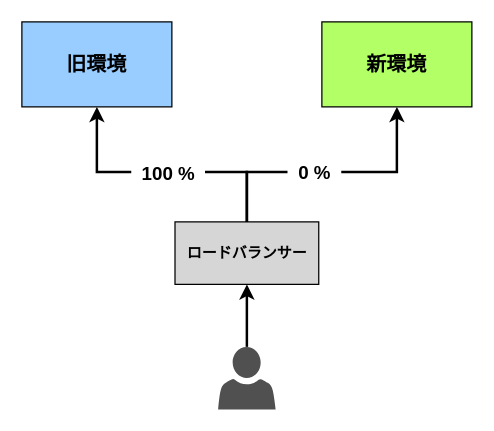
Before: page "canary-release_1" (1 of 26) of images/drawio/istio/upgrade_istio.drawio in hiroki-it/tech-notebook-images, a draw.io diagram. Source tidied: cells renumbered, new cells numbered last; positions are measured from the earlier drawing's top-left corner, leaving out a move shared by most shapes. Both pictures are drawn from the tidied source at 125%, with x=0, y=0 at pixel (21, 21).
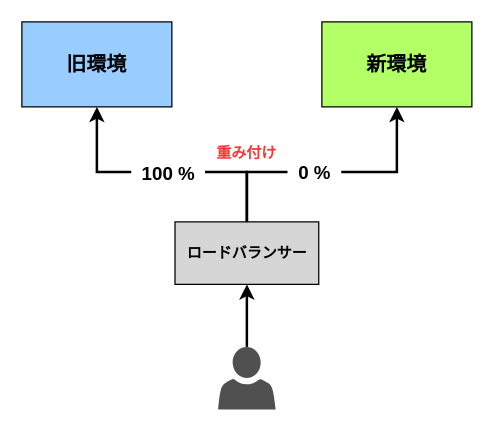
After the change.

Diff of the diagram source:
```diff
@@
 <mxGraphModel>
   <root>
     <mxCell id="0" />
     <mxCell id="1" parent="0" />
     <mxCell id="2" value="&lt;b&gt;ロードバランサー&lt;br&gt;&lt;/b&gt;" style="rounded=0;whiteSpace=wrap;html=1;fillColor=#D6D6D6;gradientColor=none;" parent="1" vertex="1">
       <mxGeometry x="122.5" y="160" width="115" height="50" as="geometry" />
     </mxCell>
     <mxCell id="3" style="group;" parent="1" vertex="1">
       <mxGeometry x="240" width="120" height="68" as="geometry" />
     </mxCell>
     <mxCell id="4" value="&lt;span style=&quot;font-size: 16px;&quot;&gt;&lt;b&gt;新環境&lt;/b&gt;&lt;/span&gt;" style="text;html=1;strokeColor=default;fillColor=#B3FF66;align=center;verticalAlign=middle;whiteSpace=wrap;rounded=0;" parent="3" vertex="1">
       <mxGeometry width="120" height="68" as="geometry" />
     </mxCell>
     <mxCell id="5" style="edgeStyle=orthogonalEdgeStyle;rounded=0;jettySize=auto;html=1;strokeWidth=2;entryX=0.5;entryY=1;entryDx=0;entryDy=0;" parent="1" edge="1" source="7" target="2">
       <mxGeometry relative="1" as="geometry" />
     </mxCell>
     <mxCell id="6" value="&lt;b&gt;&lt;font style=&quot;font-size: 15px;&quot;&gt;&amp;nbsp; 0 %&amp;nbsp;&amp;nbsp;&lt;/font&gt;&lt;/b&gt;" style="edgeStyle=orthogonalEdgeStyle;rounded=0;jettySize=auto;html=1;entryX=0.5;entryY=1;entryDx=0;entryDy=0;strokeWidth=2;exitX=0.5;exitY=0;exitDx=0;exitDy=0;" parent="1" edge="1" source="2" target="4">
       <mxGeometry x="-0.11" relative="1" as="geometry">
         <Array as="points">
           <mxPoint x="180" y="120" />
           <mxPoint x="300" y="120" />
         </Array>
       </mxGeometry>
     </mxCell>
     <mxCell id="7" style="sketch=0;shadow=0;dashed=0;html=1;strokeColor=none;fillColor=#505050;labelPosition=center;verticalLabelPosition=bottom;verticalAlign=top;outlineConnect=0;align=center;shape=mxgraph.office.users.user;rounded=0;glass=0;labelBackgroundColor=none;strokeWidth=2;" parent="1" vertex="1">
       <mxGeometry x="157" y="260" width="46" height="50" as="geometry" />
     </mxCell>
     <mxCell id="8" style="edgeStyle=orthogonalEdgeStyle;rounded=0;jettySize=auto;html=1;strokeWidth=2;exitX=0.5;exitY=0;exitDx=0;exitDy=0;entryX=0.5;entryY=1;entryDx=0;entryDy=0;" parent="1" edge="1" source="2">
       <mxGeometry relative="1" as="geometry">
         <mxPoint x="60" y="68" as="targetPoint" />
         <Array as="points">
           <mxPoint x="180" y="120" />
           <mxPoint x="60" y="120" />
         </Array>
       </mxGeometry>
     </mxCell>
     <mxCell id="9" value="&lt;font style=&quot;font-size: 15px;&quot;&gt;&amp;nbsp; 100 %&amp;nbsp;&amp;nbsp;&lt;/font&gt;" style="edgeLabel;html=1;align=center;verticalAlign=middle;fontSize=14;fontStyle=1;" parent="8" vertex="1">
       <mxGeometry x="0.13" y="1" relative="1" as="geometry">
         <mxPoint x="16" y="-1" as="offset" />
       </mxGeometry>
     </mxCell>
     <mxCell id="10" style="edgeStyle=none;rounded=0;jumpStyle=none;orthogonalLoop=1;jettySize=auto;html=1;shadow=0;dashed=1;dashPattern=1 2;strokeColor=#66B2FF;strokeWidth=3;startArrow=none;startFill=0;endArrow=none;endFill=0;entryX=0.5;entryY=1;entryDx=0;entryDy=0;" parent="1" edge="1">
       <mxGeometry relative="1" as="geometry">
         <mxPoint x="180.1" y="286" as="sourcePoint" />
         <mxPoint x="180.1" y="286" as="targetPoint" />
       </mxGeometry>
     </mxCell>
     <mxCell id="11" style="group;fillColor=none;" parent="1" vertex="1">
       <mxGeometry width="120" height="68" as="geometry" />
     </mxCell>
     <mxCell id="12" value="&lt;span style=&quot;font-size: 16px;&quot;&gt;&lt;b&gt;旧環境&lt;/b&gt;&lt;/span&gt;" style="text;html=1;strokeColor=default;fillColor=#99CCFF;align=center;verticalAlign=middle;whiteSpace=wrap;rounded=0;" parent="11" vertex="1">
       <mxGeometry width="120" height="68" as="geometry" />
     </mxCell>
+    <mxCell id="13" value="&lt;font color=&quot;#ff3333&quot;&gt;重み付け&lt;/font&gt;" style="text;html=1;strokeColor=none;fillColor=none;align=center;verticalAlign=middle;whiteSpace=wrap;rounded=0;fontStyle=1;fontColor=#FF0000;" parent="1" vertex="1">
+      <mxGeometry x="150" y="90" width="60" height="30" as="geometry" />
+    </mxCell>
   </root>
 </mxGraphModel>
```
